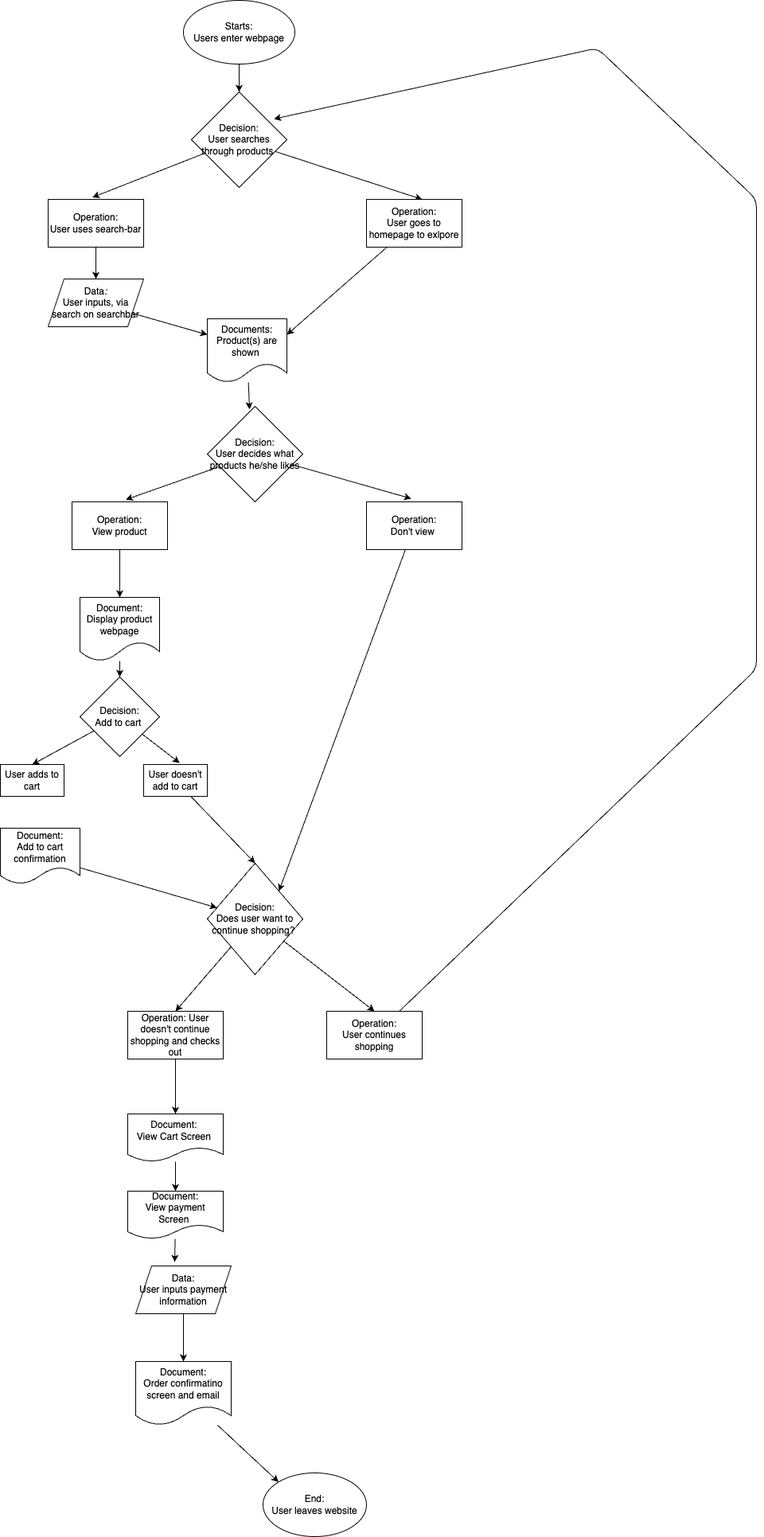
Before: explore/diagramming/diagram.drawio.png, a diagram exported from draw.io (jochshen/sp24-cse110-lab4). Source tidied: cells renumbered, new cells last; positions are measured from the earlier drawing's top-left corner, leaving out a move shared by most shapes.
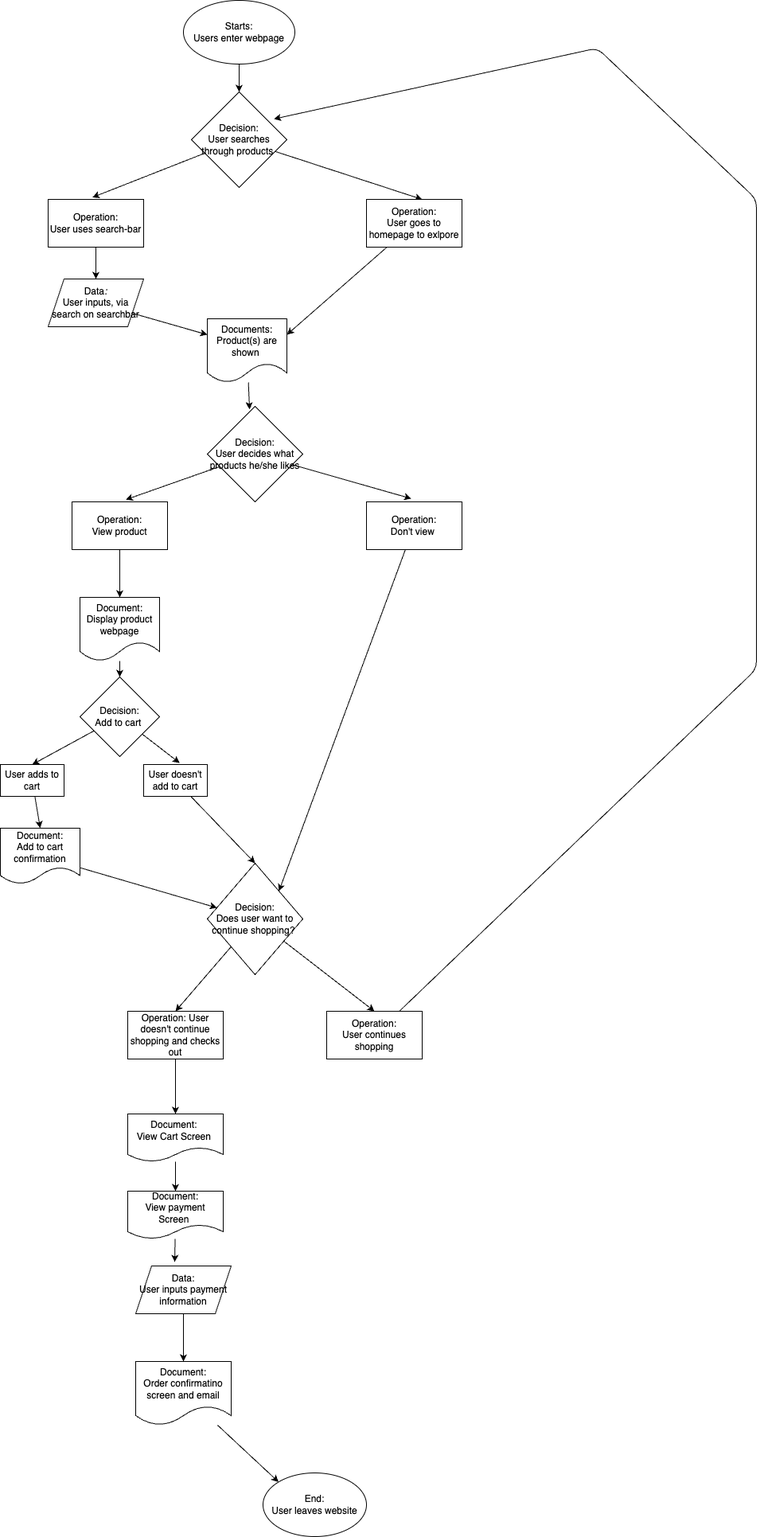
After the change.

The edit, as a diff of the source:
```diff
@@ -59,6 +59,9 @@
     <mxCell id="20" value="Decision:&lt;br&gt;Add to cart&amp;nbsp;" style="rhombus;whiteSpace=wrap;html=1;" parent="1" vertex="1">
       <mxGeometry x="100" y="850" width="100" height="100" as="geometry" />
     </mxCell>
+    <mxCell id="48" style="edgeStyle=none;html=1;entryX=0.5;entryY=0;entryDx=0;entryDy=0;" parent="1" edge="1" source="21" target="31">
+      <mxGeometry relative="1" as="geometry" />
+    </mxCell>
     <mxCell id="21" value="User adds to cart" style="whiteSpace=wrap;html=1;" parent="1" vertex="1">
       <mxGeometry y="960" width="80" height="40" as="geometry" />
     </mxCell>
```
